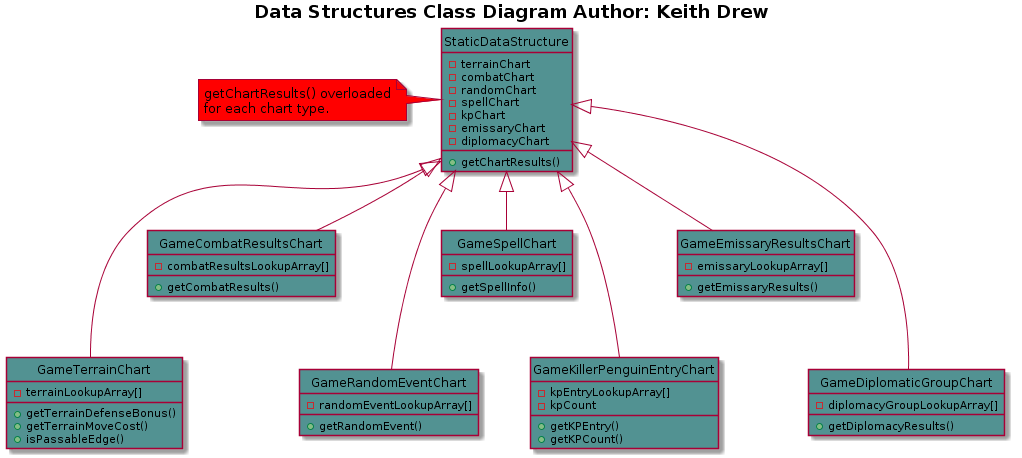
Earlier version of the PlantUML export doc/masterClassDiagrams/dataDiagram.png (cjeffery/sworsorc).
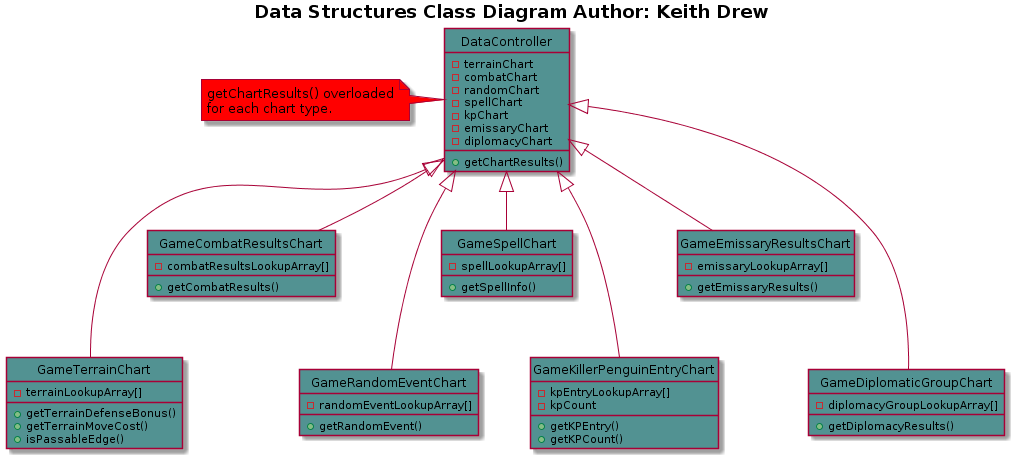
After the change.

Commit message:
name change for StaticDataStructure -> DataController

The edit, as a diff of the source:
```diff
@@ -2,15 +2,15 @@
 hide circle
 title <b>Data Structures Class Diagram<b> Author: Keith Drew
 
-GameTerrainChart --up-|> StaticDataStructure
-GameCombatResultsChart -up-|> StaticDataStructure
-GameRandomEventChart --up-|> StaticDataStructure
-GameSpellChart -up-|> StaticDataStructure
-GameKillerPenguinEntryChart --up-|> StaticDataStructure
-GameEmissaryResultsChart -up-|> StaticDataStructure
-GameDiplomaticGroupChart --up-|> StaticDataStructure
+GameTerrainChart --up-|> DataController
+GameCombatResultsChart -up-|> DataController
+GameRandomEventChart --up-|> DataController
+GameSpellChart -up-|> DataController
+GameKillerPenguinEntryChart --up-|> DataController
+GameEmissaryResultsChart -up-|> DataController
+GameDiplomaticGroupChart --up-|> DataController
 
-class StaticDataStructure #529292 {
+class DataController #529292 {
 -terrainChart
 -combatChart
 -randomChart
@@ -20,7 +20,7 @@
 -diplomacyChart
 +getChartResults()
 }
-note left of StaticDataStructure #red
+note left of DataController #red
 getChartResults() overloaded
 for each chart type.
 end note
```
